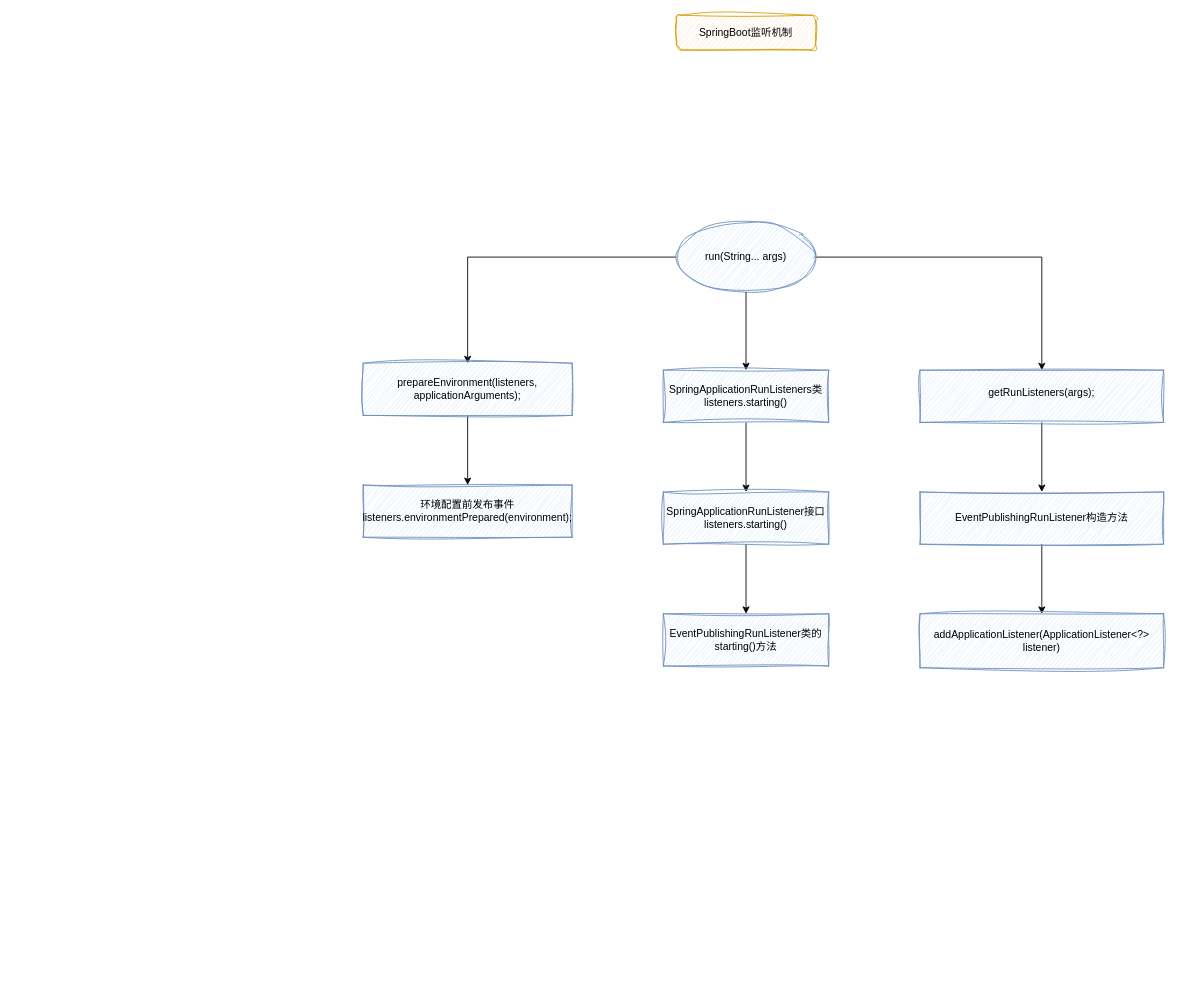
Above: springboot相关/SpringBoot监听机制.drawio in niuxiaocong/nyc-jvm (draw.io), before the change. Source tidied: cells renumbered, new cells numbered last; positions are measured from the earlier drawing's top-left corner, leaving out a move shared by most shapes. Both pictures are drawn from the tidied source at 87%, with x=0, y=0 at pixel (363, 15).
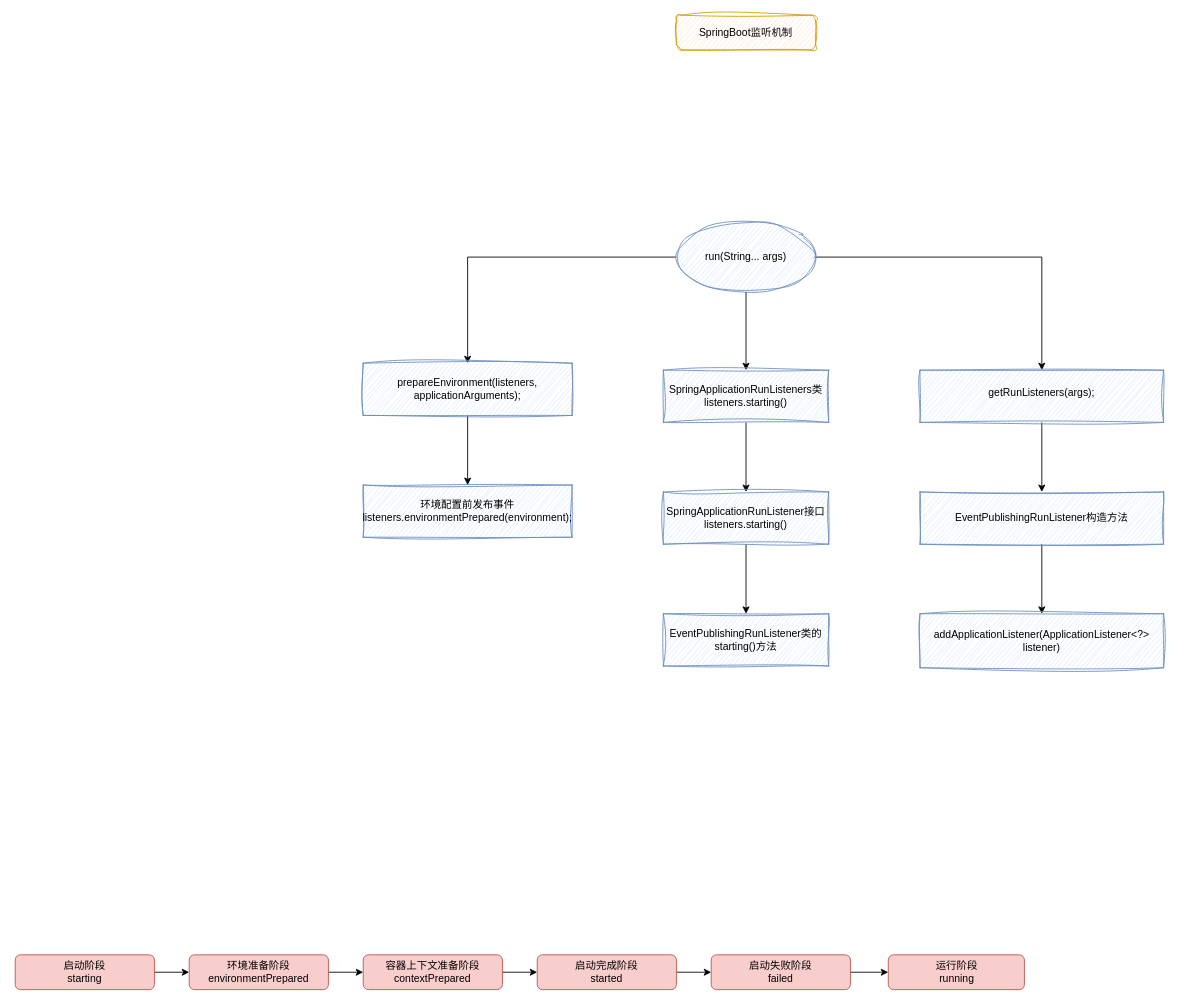
Above is the later version.

Commit message (it also covers changes not shown here):
更新SpringBoot监听机制.drawio

The edit, as a diff of the source:
```diff
@@
+    <mxCell id="20" style="edgeStyle=orthogonalEdgeStyle;rounded=0;jettySize=auto;html=1;" parent="1" edge="1" source="21" target="23">
+      <mxGeometry relative="1" as="geometry" />
+    </mxCell>
+    <mxCell id="21" value="启动阶段&lt;br&gt;starting" style="rounded=1;whiteSpace=wrap;html=1;fillColor=#f8cecc;strokeColor=#b85450;" parent="1" vertex="1">
+      <mxGeometry x="-400" y="1080" width="160" height="40" as="geometry" />
+    </mxCell>
+    <mxCell id="22" style="edgeStyle=orthogonalEdgeStyle;rounded=0;jettySize=auto;html=1;" parent="1" edge="1" source="23" target="25">
+      <mxGeometry relative="1" as="geometry" />
+    </mxCell>
+    <mxCell id="23" value="环境准备阶段&lt;br&gt;environmentPrepared" style="rounded=1;whiteSpace=wrap;html=1;fillColor=#f8cecc;strokeColor=#b85450;" parent="1" vertex="1">
+      <mxGeometry x="-200" y="1080" width="160" height="40" as="geometry" />
+    </mxCell>
+    <mxCell id="24" style="edgeStyle=orthogonalEdgeStyle;rounded=0;jettySize=auto;html=1;" parent="1" edge="1" source="25" target="27">
+      <mxGeometry relative="1" as="geometry" />
+    </mxCell>
+    <mxCell id="25" value="容器上下文准备阶段&lt;br&gt;contextPrepared" style="rounded=1;whiteSpace=wrap;html=1;fillColor=#f8cecc;strokeColor=#b85450;" parent="1" vertex="1">
+      <mxGeometry y="1080" width="160" height="40" as="geometry" />
+    </mxCell>
+    <mxCell id="26" style="edgeStyle=orthogonalEdgeStyle;rounded=0;jettySize=auto;html=1;" parent="1" edge="1" source="27" target="29">
+      <mxGeometry relative="1" as="geometry" />
+    </mxCell>
+    <mxCell id="27" value="启动完成阶段&lt;br&gt;started" style="rounded=1;whiteSpace=wrap;html=1;fillColor=#f8cecc;strokeColor=#b85450;" parent="1" vertex="1">
+      <mxGeometry x="200" y="1080" width="160" height="40" as="geometry" />
+    </mxCell>
+    <mxCell id="28" style="edgeStyle=orthogonalEdgeStyle;rounded=0;jettySize=auto;html=1;" parent="1" edge="1" source="29" target="30">
+      <mxGeometry relative="1" as="geometry" />
+    </mxCell>
+    <mxCell id="29" value="启动失败阶段&lt;br&gt;failed" style="rounded=1;whiteSpace=wrap;html=1;fillColor=#f8cecc;strokeColor=#b85450;" parent="1" vertex="1">
+      <mxGeometry x="400" y="1080" width="160" height="40" as="geometry" />
+    </mxCell>
+    <mxCell id="30" value="运行阶段&lt;br&gt;running" style="rounded=1;whiteSpace=wrap;html=1;fillColor=#f8cecc;strokeColor=#b85450;" parent="1" vertex="1">
+      <mxGeometry x="603.5" y="1080" width="156.5" height="40" as="geometry" />
+    </mxCell>
```
